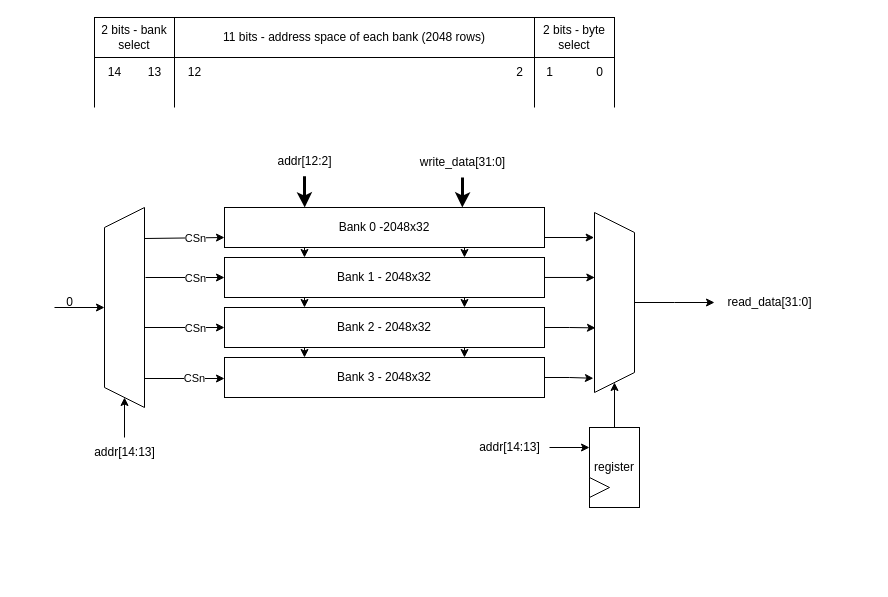
Earlier version of the draw.io diagram page "RAM Arch" (1 of 9) of Diagrams.drawio (thevenus/etin35-pulpino). Source tidied: cells renumbered, new cells numbered last; positions are measured from the earlier drawing's top-left corner, leaving out a move shared by most shapes. Both pictures are drawn from the tidied source at 100%, with x=0, y=0 at pixel (24, 17).
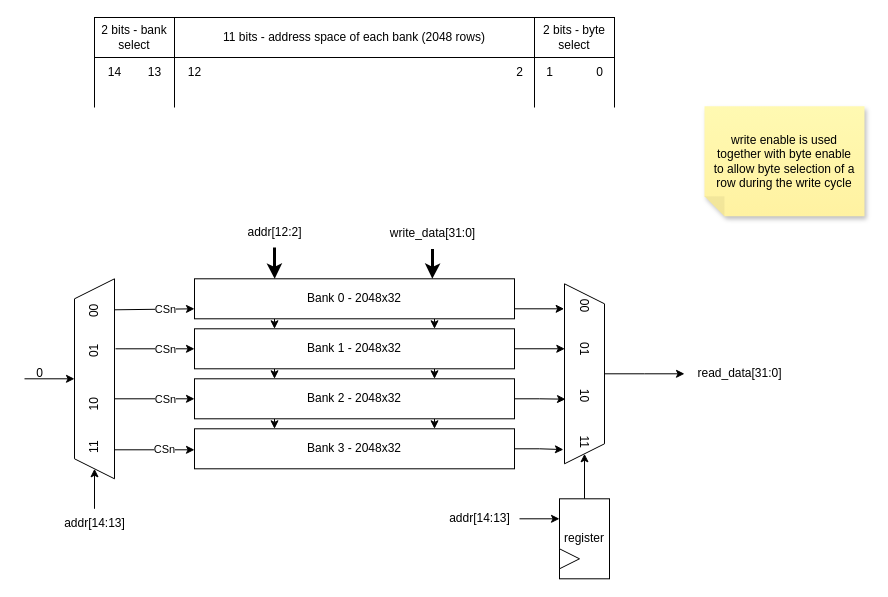
After the change.

Change to the diagram source:
```diff
@@
+    <mxCell id="54" value="write enable is used together with byte enable to allow byte selection of a row during the write cycle" style="shape=note;whiteSpace=wrap;html=1;backgroundOutline=1;fontColor=#000000;darkOpacity=0.05;fillColor=#FFF9B2;strokeColor=none;fillStyle=solid;direction=west;gradientDirection=north;gradientColor=#FFF2A1;shadow=1;size=20;spacingLeft=7;spacingRight=7;" parent="1" vertex="1">
+      <mxGeometry x="680" y="88.7" width="160" height="110" as="geometry" />
+    </mxCell>
+    <mxCell id="55" style="group;" parent="1" vertex="1">
+      <mxGeometry y="200" width="770" height="361.3" as="geometry" />
+    </mxCell>
-    <mxCell id="15" style="edgeStyle=orthogonalEdgeStyle;rounded=0;jettySize=auto;html=1;exitX=0.25;exitY=1;exitDx=0;exitDy=0;entryX=0.25;entryY=0;entryDx=0;entryDy=0;" parent="1" edge="1" source="17" target="20">
+    <mxCell id="15" style="edgeStyle=orthogonalEdgeStyle;rounded=0;jettySize=auto;html=1;exitX=0.25;exitY=1;exitDx=0;exitDy=0;entryX=0.25;entryY=0;entryDx=0;entryDy=0;" parent="55" edge="1" source="17" target="20">
       <mxGeometry relative="1" as="geometry" />
     </mxCell>
-    <mxCell id="16" style="edgeStyle=orthogonalEdgeStyle;rounded=0;jettySize=auto;html=1;exitX=0.75;exitY=1;exitDx=0;exitDy=0;entryX=0.75;entryY=0;entryDx=0;entryDy=0;" parent="1" edge="1" source="17" target="20">
+    <mxCell id="16" style="edgeStyle=orthogonalEdgeStyle;rounded=0;jettySize=auto;html=1;exitX=0.75;exitY=1;exitDx=0;exitDy=0;entryX=0.75;entryY=0;entryDx=0;entryDy=0;" parent="55" edge="1" source="17" target="20">
       <mxGeometry relative="1" as="geometry" />
     </mxCell>
-    <mxCell id="17" value="Bank 0 -2048x32" style="whiteSpace=wrap;html=1;" parent="1" vertex="1">
-      <mxGeometry x="200" y="190" width="320" height="40" as="geometry" />
+    <mxCell id="17" value="Bank 0 - 2048x32" style="whiteSpace=wrap;html=1;" parent="55" vertex="1">
+      <mxGeometry x="170" y="61.3" width="320" height="40" as="geometry" />
     </mxCell>
-    <mxCell id="18" style="edgeStyle=orthogonalEdgeStyle;rounded=0;jettySize=auto;html=1;exitX=0.25;exitY=1;exitDx=0;exitDy=0;entryX=0.25;entryY=0;entryDx=0;entryDy=0;" parent="1" edge="1" source="20" target="23">
+    <mxCell id="18" style="edgeStyle=orthogonalEdgeStyle;rounded=0;jettySize=auto;html=1;exitX=0.25;exitY=1;exitDx=0;exitDy=0;entryX=0.25;entryY=0;entryDx=0;entryDy=0;" parent="55" edge="1" source="20" target="23">
       <mxGeometry relative="1" as="geometry" />
     </mxCell>
-    <mxCell id="19" style="edgeStyle=orthogonalEdgeStyle;rounded=0;jettySize=auto;html=1;exitX=0.75;exitY=1;exitDx=0;exitDy=0;entryX=0.75;entryY=0;entryDx=0;entryDy=0;" parent="1" edge="1" source="20" target="23">
+    <mxCell id="19" style="edgeStyle=orthogonalEdgeStyle;rounded=0;jettySize=auto;html=1;exitX=0.75;exitY=1;exitDx=0;exitDy=0;entryX=0.75;entryY=0;entryDx=0;entryDy=0;" parent="55" edge="1" source="20" target="23">
       <mxGeometry relative="1" as="geometry" />
     </mxCell>
-    <mxCell id="20" value="Bank 1 - 2048x32" style="whiteSpace=wrap;html=1;" parent="1" vertex="1">
-      <mxGeometry x="200" y="240" width="320" height="40" as="geometry" />
+    <mxCell id="20" value="Bank 1 - 2048x32" style="whiteSpace=wrap;html=1;" parent="55" vertex="1">
+      <mxGeometry x="170" y="111.3" width="320" height="40" as="geometry" />
     </mxCell>
-    <mxCell id="21" style="edgeStyle=orthogonalEdgeStyle;rounded=0;jettySize=auto;html=1;exitX=0.25;exitY=1;exitDx=0;exitDy=0;entryX=0.25;entryY=0;entryDx=0;entryDy=0;" parent="1" edge="1" source="23" target="24">
+    <mxCell id="21" style="edgeStyle=orthogonalEdgeStyle;rounded=0;jettySize=auto;html=1;exitX=0.25;exitY=1;exitDx=0;exitDy=0;entryX=0.25;entryY=0;entryDx=0;entryDy=0;" parent="55" edge="1" source="23" target="24">
       <mxGeometry relative="1" as="geometry" />
     </mxCell>
-    <mxCell id="22" style="edgeStyle=orthogonalEdgeStyle;rounded=0;jettySize=auto;html=1;exitX=0.75;exitY=1;exitDx=0;exitDy=0;entryX=0.75;entryY=0;entryDx=0;entryDy=0;" parent="1" edge="1" source="23" target="24">
+    <mxCell id="22" style="edgeStyle=orthogonalEdgeStyle;rounded=0;jettySize=auto;html=1;exitX=0.75;exitY=1;exitDx=0;exitDy=0;entryX=0.75;entryY=0;entryDx=0;entryDy=0;" parent="55" edge="1" source="23" target="24">
       <mxGeometry relative="1" as="geometry" />
     </mxCell>
-    <mxCell id="23" value="Bank 2 - 2048x32" style="whiteSpace=wrap;html=1;" parent="1" vertex="1">
-      <mxGeometry x="200" y="290" width="320" height="40" as="geometry" />
+    <mxCell id="23" value="Bank 2 - 2048x32" style="whiteSpace=wrap;html=1;" parent="55" vertex="1">
+      <mxGeometry x="170" y="161.3" width="320" height="40" as="geometry" />
     </mxCell>
-    <mxCell id="24" value="Bank 3 - 2048x32" style="whiteSpace=wrap;html=1;" parent="1" vertex="1">
-      <mxGeometry x="200" y="340" width="320" height="40" as="geometry" />
+    <mxCell id="24" value="Bank 3 - 2048x32" style="whiteSpace=wrap;html=1;" parent="55" vertex="1">
+      <mxGeometry x="170" y="211.3" width="320" height="40" as="geometry" />
     </mxCell>
-    <mxCell id="25" style="shape=trapezoid;perimeter=trapezoidPerimeter;whiteSpace=wrap;html=1;fixedSize=1;rotation=-90;" parent="1" vertex="1">
-      <mxGeometry y="270" width="200" height="40" as="geometry" />
+    <mxCell id="25" value="11&amp;nbsp;&amp;nbsp;&amp;nbsp;&amp;nbsp;&amp;nbsp;&amp;nbsp;&amp;nbsp;&amp;nbsp; 10&amp;nbsp; &amp;nbsp; &amp;nbsp; &amp;nbsp; &amp;nbsp; &amp;nbsp; 01&amp;nbsp;&amp;nbsp; &amp;nbsp; &amp;nbsp;&amp;nbsp; 00" style="shape=trapezoid;perimeter=trapezoidPerimeter;whiteSpace=wrap;html=1;fixedSize=1;rotation=-90;" parent="55" vertex="1">
+      <mxGeometry x="-30" y="141.3" width="200" height="40" as="geometry" />
     </mxCell>
-    <mxCell id="26" style="edgeStyle=none;jettySize=auto;html=1;rounded=0;entryX=0;entryY=0.75;entryDx=0;entryDy=0;exitX=0.845;exitY=1.004;exitDx=0;exitDy=0;exitPerimeter=0;" parent="1" edge="1" source="25" target="17">
+    <mxCell id="26" style="edgeStyle=none;jettySize=auto;html=1;rounded=0;entryX=0;entryY=0.75;entryDx=0;entryDy=0;exitX=0.845;exitY=1.004;exitDx=0;exitDy=0;exitPerimeter=0;" parent="55" edge="1" source="25" target="17">
       <mxGeometry relative="1" as="geometry" />
     </mxCell>
@@
-    <mxCell id="28" style="edgeStyle=none;orthogonalLoop=1;jettySize=auto;html=1;rounded=0;entryX=0;entryY=0.75;entryDx=0;entryDy=0;" parent="1" edge="1">
+    <mxCell id="28" style="edgeStyle=none;orthogonalLoop=1;jettySize=auto;html=1;rounded=0;entryX=0;entryY=0.75;entryDx=0;entryDy=0;" parent="55" edge="1">
       <mxGeometry relative="1" as="geometry">
-        <mxPoint x="120" y="310" as="sourcePoint" />
-        <mxPoint x="200" y="310" as="targetPoint" />
+        <mxPoint x="90" y="181.3" as="sourcePoint" />
+        <mxPoint x="170" y="181.3" as="targetPoint" />
       </mxGeometry>
     </mxCell>
@@
-    <mxCell id="30" style="edgeStyle=none;jettySize=auto;html=1;rounded=0;entryX=0;entryY=0.5;entryDx=0;entryDy=0;" parent="1" edge="1" target="20">
+    <mxCell id="30" style="edgeStyle=none;jettySize=auto;html=1;rounded=0;entryX=0;entryY=0.5;entryDx=0;entryDy=0;" parent="55" edge="1" target="20">
       <mxGeometry relative="1" as="geometry">
-        <mxPoint x="121" y="260" as="sourcePoint" />
+        <mxPoint x="91" y="131.3" as="sourcePoint" />
       </mxGeometry>
     </mxCell>
@@
-    <mxCell id="32" style="edgeStyle=none;orthogonalLoop=1;jettySize=auto;html=1;rounded=0;entryX=0;entryY=0.75;entryDx=0;entryDy=0;" parent="1" edge="1">
+    <mxCell id="32" style="edgeStyle=none;orthogonalLoop=1;jettySize=auto;html=1;rounded=0;entryX=0;entryY=0.75;entryDx=0;entryDy=0;" parent="55" edge="1">
       <mxGeometry relative="1" as="geometry">
-        <mxPoint x="120" y="361" as="sourcePoint" />
-        <mxPoint x="200" y="361" as="targetPoint" />
+        <mxPoint x="90" y="232.3" as="sourcePoint" />
+        <mxPoint x="170" y="232.3" as="targetPoint" />
       </mxGeometry>
     </mxCell>
@@
-    <mxCell id="34" style="edgeStyle=none;jettySize=auto;html=1;rounded=0;entryX=0.5;entryY=0;entryDx=0;entryDy=0;" parent="1" edge="1" target="25">
+    <mxCell id="34" style="edgeStyle=none;jettySize=auto;html=1;rounded=0;entryX=0.5;entryY=0;entryDx=0;entryDy=0;" parent="55" edge="1" target="25">
       <mxGeometry relative="1" as="geometry">
-        <mxPoint x="30" y="290" as="sourcePoint" />
+        <mxPoint y="161.3" as="sourcePoint" />
       </mxGeometry>
     </mxCell>
-    <mxCell id="35" style="edgeStyle=orthogonalEdgeStyle;rounded=0;jettySize=auto;html=1;entryX=0;entryY=0.5;entryDx=0;entryDy=0;" parent="1" edge="1" source="36" target="25">
+    <mxCell id="35" style="edgeStyle=orthogonalEdgeStyle;rounded=0;jettySize=auto;html=1;entryX=0;entryY=0.5;entryDx=0;entryDy=0;" parent="55" edge="1" source="36" target="25">
       <mxGeometry relative="1" as="geometry" />
     </mxCell>
-    <mxCell id="36" value="addr[14:13]" style="text;html=1;align=center;verticalAlign=middle;points=[];strokeColor=none;fillColor=none;" parent="1" vertex="1">
-      <mxGeometry x="60" y="420" width="80" height="30" as="geometry" />
+    <mxCell id="36" value="addr[14:13]" style="text;html=1;align=center;verticalAlign=middle;points=[];strokeColor=none;fillColor=none;" parent="55" vertex="1">
+      <mxGeometry x="30" y="291.3" width="80" height="30" as="geometry" />
     </mxCell>
-    <mxCell id="37" value="0" style="text;html=1;align=center;verticalAlign=middle;strokeColor=none;fillColor=none;" parent="1" vertex="1">
-      <mxGeometry x="30" y="270" width="30" height="30" as="geometry" />
+    <mxCell id="37" value="0" style="text;html=1;align=center;verticalAlign=middle;strokeColor=none;fillColor=none;" parent="55" vertex="1">
+      <mxGeometry y="141.3" width="30" height="30" as="geometry" />
     </mxCell>
-    <mxCell id="38" value="addr[12:2]" style="text;html=1;align=center;verticalAlign=middle;points=[];strokeColor=none;fillColor=none;" parent="1" vertex="1">
-      <mxGeometry x="240" y="128.7" width="80" height="30" as="geometry" />
+    <mxCell id="38" value="addr[12:2]" style="text;html=1;align=center;verticalAlign=middle;points=[];strokeColor=none;fillColor=none;" parent="55" vertex="1">
+      <mxGeometry x="210" width="80" height="30" as="geometry" />
     </mxCell>
-    <mxCell id="39" style="edgeStyle=orthogonalEdgeStyle;rounded=0;jettySize=auto;html=1;" parent="1" edge="1" source="40">
+    <mxCell id="39" style="edgeStyle=orthogonalEdgeStyle;rounded=0;jettySize=auto;html=1;" parent="55" edge="1" source="40">
       <mxGeometry relative="1" as="geometry">
-        <mxPoint x="690" y="285" as="targetPoint" />
+        <mxPoint x="660" y="156.3" as="targetPoint" />
       </mxGeometry>
     </mxCell>
-    <mxCell id="40" style="shape=trapezoid;perimeter=trapezoidPerimeter;whiteSpace=wrap;html=1;fixedSize=1;rotation=90;" parent="1" vertex="1">
-      <mxGeometry x="500" y="265" width="180" height="40" as="geometry" />
+    <mxCell id="40" value="00 &amp;nbsp; &amp;nbsp; &amp;nbsp; &amp;nbsp; 01 &amp;nbsp; &amp;nbsp; &amp;nbsp; &amp;nbsp;&amp;nbsp; 10 &amp;nbsp; &amp;nbsp; &amp;nbsp; &amp;nbsp;&amp;nbsp; 11" style="shape=trapezoid;perimeter=trapezoidPerimeter;whiteSpace=wrap;html=1;fixedSize=1;rotation=90;" parent="55" vertex="1">
+      <mxGeometry x="470" y="136.3" width="180" height="40" as="geometry" />
     </mxCell>
-    <mxCell id="41" style="edgeStyle=orthogonalEdgeStyle;rounded=0;jettySize=auto;html=1;exitX=1;exitY=0.75;exitDx=0;exitDy=0;entryX=0.139;entryY=1.009;entryDx=0;entryDy=0;entryPerimeter=0;" parent="1" edge="1" source="17" target="40">
+    <mxCell id="41" style="edgeStyle=orthogonalEdgeStyle;rounded=0;jettySize=auto;html=1;exitX=1;exitY=0.75;exitDx=0;exitDy=0;entryX=0.139;entryY=1.009;entryDx=0;entryDy=0;entryPerimeter=0;" parent="55" edge="1" source="17" target="40">
       <mxGeometry relative="1" as="geometry" />
     </mxCell>
-    <mxCell id="42" style="edgeStyle=orthogonalEdgeStyle;rounded=0;jettySize=auto;html=1;entryX=0.361;entryY=0.992;entryDx=0;entryDy=0;entryPerimeter=0;" parent="1" edge="1" source="20" target="40">
+    <mxCell id="42" style="edgeStyle=orthogonalEdgeStyle;rounded=0;jettySize=auto;html=1;entryX=0.361;entryY=0.992;entryDx=0;entryDy=0;entryPerimeter=0;" parent="55" edge="1" source="20" target="40">
       <mxGeometry relative="1" as="geometry" />
     </mxCell>
-    <mxCell id="43" style="edgeStyle=orthogonalEdgeStyle;rounded=0;jettySize=auto;html=1;entryX=0.641;entryY=0.975;entryDx=0;entryDy=0;entryPerimeter=0;" parent="1" edge="1" source="23" target="40">
+    <mxCell id="43" style="edgeStyle=orthogonalEdgeStyle;rounded=0;jettySize=auto;html=1;entryX=0.641;entryY=0.975;entryDx=0;entryDy=0;entryPerimeter=0;" parent="55" edge="1" source="23" target="40">
       <mxGeometry relative="1" as="geometry" />
     </mxCell>
-    <mxCell id="44" style="edgeStyle=orthogonalEdgeStyle;rounded=0;jettySize=auto;html=1;entryX=0.921;entryY=1.027;entryDx=0;entryDy=0;entryPerimeter=0;" parent="1" edge="1" source="24" target="40">
+    <mxCell id="44" style="edgeStyle=orthogonalEdgeStyle;rounded=0;jettySize=auto;html=1;entryX=0.921;entryY=1.027;entryDx=0;entryDy=0;entryPerimeter=0;" parent="55" edge="1" source="24" target="40">
       <mxGeometry relative="1" as="geometry" />
     </mxCell>
-    <mxCell id="45" value="read_data[31:0]" style="text;html=1;align=center;verticalAlign=middle;strokeColor=none;fillColor=none;" parent="1" vertex="1">
-      <mxGeometry x="690" y="270" width="110" height="30" as="geometry" />
+    <mxCell id="45" value="read_data[31:0]" style="text;html=1;align=center;verticalAlign=middle;strokeColor=none;fillColor=none;" parent="55" vertex="1">
+      <mxGeometry x="660" y="141.3" width="110" height="30" as="geometry" />
     </mxCell>
-    <mxCell id="46" style="edgeStyle=orthogonalEdgeStyle;rounded=0;jettySize=auto;html=1;entryX=1;entryY=0.5;entryDx=0;entryDy=0;" parent="1" edge="1" source="47" target="40">
+    <mxCell id="46" style="edgeStyle=orthogonalEdgeStyle;rounded=0;jettySize=auto;html=1;entryX=1;entryY=0.5;entryDx=0;entryDy=0;" parent="55" edge="1" source="47" target="40">
       <mxGeometry relative="1" as="geometry" />
     </mxCell>
-    <mxCell id="47" value="register" style="whiteSpace=wrap;html=1;" parent="1" vertex="1">
-      <mxGeometry x="565" y="410" width="50" height="80" as="geometry" />
+    <mxCell id="47" value="register" style="whiteSpace=wrap;html=1;" parent="55" vertex="1">
+      <mxGeometry x="535" y="281.3" width="50" height="80" as="geometry" />
     </mxCell>
-    <mxCell id="48" style="triangle;whiteSpace=wrap;html=1;" parent="1" vertex="1">
-      <mxGeometry x="565" y="460" width="20" height="20" as="geometry" />
+    <mxCell id="48" style="triangle;whiteSpace=wrap;html=1;" parent="55" vertex="1">
+      <mxGeometry x="535" y="331.3" width="20" height="20" as="geometry" />
     </mxCell>
-    <mxCell id="49" style="edgeStyle=orthogonalEdgeStyle;rounded=0;jettySize=auto;html=1;entryX=0;entryY=0.25;entryDx=0;entryDy=0;" parent="1" edge="1" source="50" target="47">
+    <mxCell id="49" style="edgeStyle=orthogonalEdgeStyle;rounded=0;jettySize=auto;html=1;entryX=0;entryY=0.25;entryDx=0;entryDy=0;" parent="55" edge="1" source="50" target="47">
       <mxGeometry relative="1" as="geometry" />
     </mxCell>
-    <mxCell id="50" value="addr[14:13]" style="text;html=1;align=center;verticalAlign=middle;points=[];strokeColor=none;fillColor=none;" parent="1" vertex="1">
-      <mxGeometry x="445" y="415" width="80" height="30" as="geometry" />
+    <mxCell id="50" value="addr[14:13]" style="text;html=1;align=center;verticalAlign=middle;points=[];strokeColor=none;fillColor=none;" parent="55" vertex="1">
+      <mxGeometry x="415" y="286.3" width="80" height="30" as="geometry" />
     </mxCell>
-    <mxCell id="51" style="edgeStyle=orthogonalEdgeStyle;rounded=0;jettySize=auto;html=1;entryX=0.157;entryY=0.033;entryDx=0;entryDy=0;entryPerimeter=0;jumpSize=6;endSize=6;startSize=6;strokeWidth=3;" parent="1" edge="1" source="38">
+    <mxCell id="51" style="edgeStyle=orthogonalEdgeStyle;rounded=0;jettySize=auto;html=1;entryX=0.157;entryY=0.033;entryDx=0;entryDy=0;entryPerimeter=0;jumpSize=6;endSize=6;startSize=6;strokeWidth=3;" parent="55" edge="1" source="38">
       <mxGeometry relative="1" as="geometry">
-        <mxPoint x="280.2" y="190" as="targetPoint" />
+        <mxPoint x="250.2" y="61.3" as="targetPoint" />
       </mxGeometry>
     </mxCell>
-    <mxCell id="52" value="write_data[31:0]" style="text;html=1;align=center;verticalAlign=middle;points=[];strokeColor=none;fillColor=none;" parent="1" vertex="1">
-      <mxGeometry x="383" y="130.1" width="110" height="30" as="geometry" />
+    <mxCell id="52" value="write_data[31:0]" style="text;html=1;align=center;verticalAlign=middle;points=[];strokeColor=none;fillColor=none;" parent="55" vertex="1">
+      <mxGeometry x="353" y="1.4" width="110" height="30" as="geometry" />
     </mxCell>
-    <mxCell id="53" style="edgeStyle=orthogonalEdgeStyle;rounded=0;jettySize=auto;html=1;entryX=0.437;entryY=-0.002;entryDx=0;entryDy=0;entryPerimeter=0;strokeWidth=3;" parent="1" edge="1" source="52">
+    <mxCell id="53" style="edgeStyle=orthogonalEdgeStyle;rounded=0;jettySize=auto;html=1;entryX=0.437;entryY=-0.002;entryDx=0;entryDy=0;entryPerimeter=0;strokeWidth=3;" parent="55" edge="1" source="52">
       <mxGeometry relative="1" as="geometry">
-        <mxPoint x="437.8" y="190" as="targetPoint" />
+        <mxPoint x="407.8" y="61.3" as="targetPoint" />
       </mxGeometry>
     </mxCell>
```
